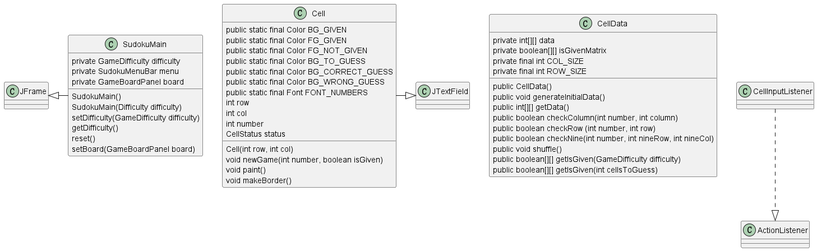
This is src/Sudoku.png from MelodicTechno/Sudoku, a PlantUML export, as it was before one commit. Its diagram source:
```plantuml
@startuml


JFrame <|- SudokuMain

class SudokuMain {
private GameDifficulty difficulty
private SudokuMenuBar menu
private GameBoardPanel board
SudokuMain()
SudokuMain(Difficulty difficulty)
setDifficulty(GameDifficulty difficulty)
getDifficulty()
reset()
setBoard(GameBoardPanel board)
}
Cell -|> JTextField

class Cell {
public static final Color BG_GIVEN
public static final Color FG_GIVEN
public static final Color FG_NOT_GIVEN
public static final Color BG_TO_GUESS
public static final Color BG_CORRECT_GUESS
public static final Color BG_WRONG_GUESS
public static final Font FONT_NUMBERS
int row
int col
int number
CellStatus status
Cell(int row, int col)
void newGame(int number, boolean isGiven)
void paint()
void makeBorder()
}
class CellData {
private int[][] data
private boolean[][] isGivenMatrix
private final int COL_SIZE
private final int ROW_SIZE
public CellData()
public void generateInitialData()
public int[][] getData()
public boolean checkColumn(int number, int column)
public boolean checkRow (int number, int row)
public boolean checkNine(int number, int nineRow, int nineCol)
public void shuffle()
public boolean[][] getIsGiven(GameDifficulty difficulty)
public boolean[][] getIsGiven(int cellsToGuess)
}

CellInputListener ..|> ActionListener

class CellInputListener {

}
@enduml
```
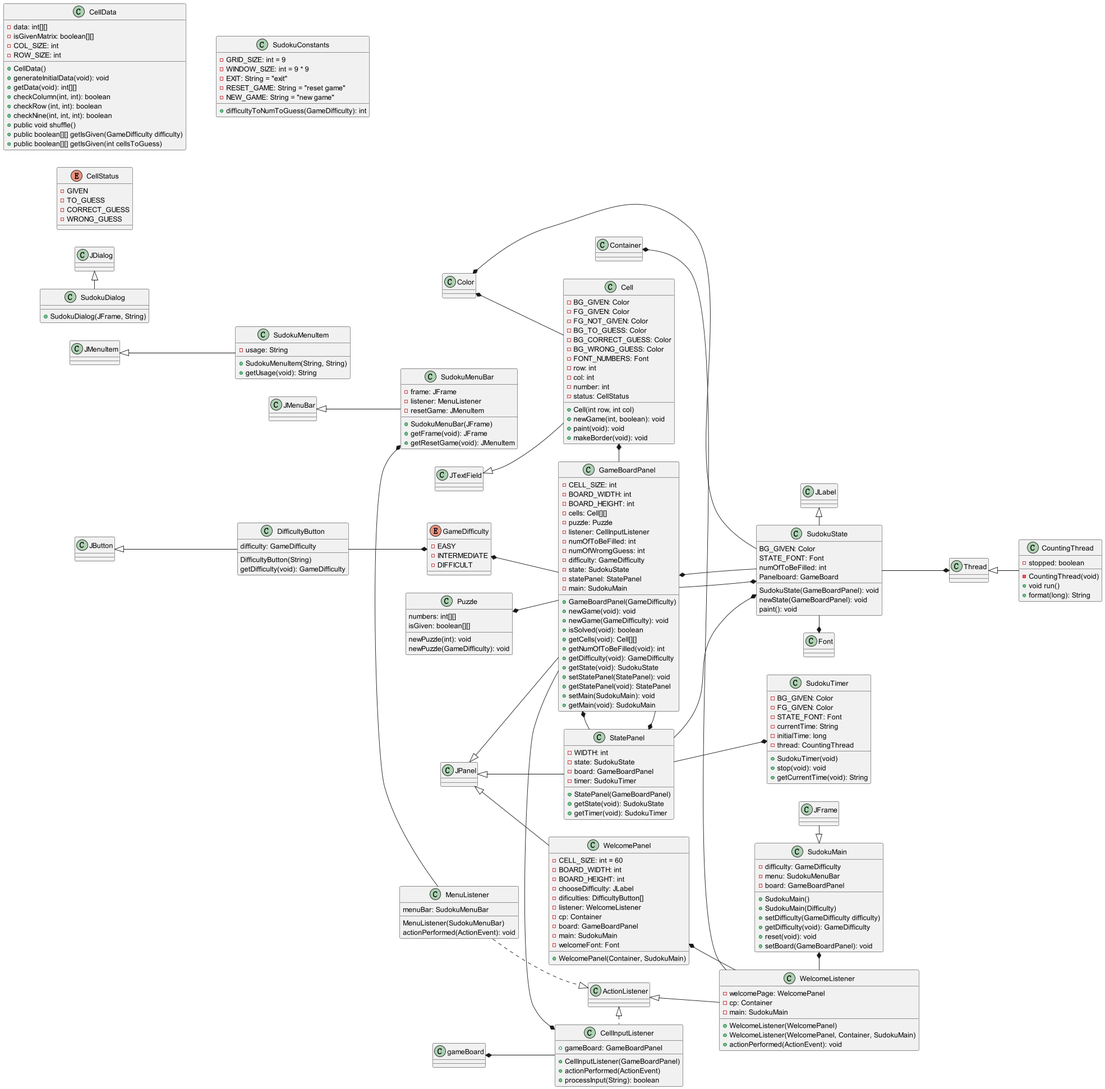
Later version of the same file.

Commit message:
完成uml图的绘制

Diff of the diagram source:
```diff
@@ -1,57 +1,256 @@
 @startuml
+left to right direction
 
-
-JFrame <|- SudokuMain
+JFrame -r-|> SudokuMain
 
 class SudokuMain {
-private GameDifficulty difficulty
-private SudokuMenuBar menu
-private GameBoardPanel board
-SudokuMain()
-SudokuMain(Difficulty difficulty)
-setDifficulty(GameDifficulty difficulty)
-getDifficulty()
-reset()
-setBoard(GameBoardPanel board)
+- difficulty: GameDifficulty
+- menu: SudokuMenuBar
+- board: GameBoardPanel
++ SudokuMain()
++ SudokuMain(Difficulty)
++ setDifficulty(GameDifficulty difficulty)
++ getDifficulty(void): GameDifficulty
++ reset(void): void
++ setBoard(GameBoardPanel): void
 }
-Cell -|> JTextField
+
+Cell -u-|> JTextField
+Cell -u-* Color
 
 class Cell {
-public static final Color BG_GIVEN
-public static final Color FG_GIVEN
-public static final Color FG_NOT_GIVEN
-public static final Color BG_TO_GUESS
-public static final Color BG_CORRECT_GUESS
-public static final Color BG_WRONG_GUESS
-public static final Font FONT_NUMBERS
-int row
-int col
-int number
-CellStatus status
-Cell(int row, int col)
-void newGame(int number, boolean isGiven)
-void paint()
-void makeBorder()
-}
-class CellData {
-private int[][] data
-private boolean[][] isGivenMatrix
-private final int COL_SIZE
-private final int ROW_SIZE
-public CellData()
-public void generateInitialData()
-public int[][] getData()
-public boolean checkColumn(int number, int column)
-public boolean checkRow (int number, int row)
-public boolean checkNine(int number, int nineRow, int nineCol)
-public void shuffle()
-public boolean[][] getIsGiven(GameDifficulty difficulty)
-public boolean[][] getIsGiven(int cellsToGuess)
+- BG_GIVEN: Color
+- FG_GIVEN: Color
+- FG_NOT_GIVEN: Color
+- BG_TO_GUESS: Color
+- BG_CORRECT_GUESS: Color
+- BG_WRONG_GUESS: Color
+- FONT_NUMBERS: Font
+- row: int
+- col: int
+- number: int
+- status: CellStatus
++ Cell(int row, int col)
++ newGame(int, boolean): void
++ paint(void): void
++ makeBorder(void): void
 }
 
-CellInputListener ..|> ActionListener
+class CellData {
+- data: int[][]
+- isGivenMatrix: boolean[][]
+- COL_SIZE: int
+- ROW_SIZE: int
++ CellData()
++ generateInitialData(void): void
++ getData(void): int[][]
++ checkColumn(int, int): boolean
++ checkRow (int, int): boolean
++ checkNine(int, int, int): boolean
++ public void shuffle()
++ public boolean[][] getIsGiven(GameDifficulty difficulty)
++ public boolean[][] getIsGiven(int cellsToGuess)
+}
+
+CellInputListener .l.|> ActionListener
+
+CellInputListener -u-* gameBoard
 
 class CellInputListener {
++ gameBoard: GameBoardPanel
++ CellInputListener(GameBoardPanel)
++ actionPerformed(ActionEvent)
++ processInput(String): boolean
+}
 
+enum CellStatus {
+- GIVEN
+- TO_GUESS
+- CORRECT_GUESS
+- WRONG_GUESS
 }
+
+DifficultyButton -u-|> JButton
+
+DifficultyButton -d-* GameDifficulty
+
+class DifficultyButton {
+difficulty: GameDifficulty
+DifficultyButton(String)
+getDifficulty(void): GameDifficulty
+}
+
+GameBoardPanel -u-|> JPanel
+GameBoardPanel -l-* Cell
+GameBoardPanel -u-* Puzzle
+GameBoardPanel -r-* CellInputListener
+GameBoardPanel -u-* GameDifficulty
+GameBoardPanel -d-* SudokuState
+GameBoardPanel -l-* StatePanel
+
+class GameBoardPanel {
+- CELL_SIZE: int
+- BOARD_WIDTH: int
+- BOARD_HEIGHT: int
+- cells: Cell[][]
+- puzzle: Puzzle
+- listener: CellInputListener
+- numOfToBeFilled: int
+- numOfWromgGuess: int
+- difficulty: GameDifficulty
+- state: SudokuState
+- statePanel: StatePanel
+- main: SudokuMain
++ GameBoardPanel(GameDifficulty)
++ newGame(void): void
++ newGame(GameDifficulty): void
++ isSolved(void): boolean
++ getCells(void): Cell[][]
++ getNumOfToBeFilled(void): int
++ getDifficulty(void): GameDifficulty
++ getState(void): SudokuState
++ setStatePanel(StatePanel): void
++ getStatePanel(void): StatePanel
++ setMain(SudokuMain): void
++ getMain(void): SudokuMain
+}
+
+enum GameDifficulty {
+- EASY
+- INTERMEDIATE
+- DIFFICULT
+}
+
+MenuListener ..|> ActionListener
+MenuListener -* SudokuMenuBar
+
+class MenuListener {
+menuBar: SudokuMenuBar
+MenuListener(SudokuMenuBar)
+actionPerformed(ActionEvent): void
+}
+
+class Puzzle {
+numbers: int[][]
+isGiven: boolean[][]
+newPuzzle(int): void
+newPuzzle(GameDifficulty): void
+}
+
+StatePanel -d-|> JPanel
+StatePanel -d-* SudokuState
+StatePanel -u-* GameBoardPanel
+StatePanel -d-* SudokuTimer
+
+class StatePanel {
+- WIDTH: int
+- state: SudokuState
+- board: GameBoardPanel
+- timer: SudokuTimer
++ StatePanel(GameBoardPanel)
++ getState(void): SudokuState
++ getTimer(void): SudokuTimer
+}
+
+class SudokuConstants {
+- GRID_SIZE: int = 9
+- WINDOW_SIZE: int = 9 * 9
+- EXIT: String = "exit"
+- RESET_GAME: String = "reset game"
+- NEW_GAME: String = "new game"
++ difficultyToNumToGuess(GameDifficulty): int
+}
+
+SudokuDialog -l-|> JDialog
+class SudokuDialog {
++ SudokuDialog(JFrame, String)
+}
+
+SudokuMenuBar -u-|> JMenuBar
+
+class SudokuMenuBar {
+- frame: JFrame
+- listener: MenuListener
+- resetGame: JMenuItem
++ SudokuMenuBar(JFrame)
++ getFrame(void): JFrame
++ getResetGame(void): JMenuItem
+}
+
+SudokuMenuItem -u-|> JMenuItem
+
+class SudokuMenuItem {
+- usage: String
++ SudokuMenuItem(String, String)
++ getUsage(void): String
+}
+
+SudokuState -u-* GameBoardPanel
+
+class SudokuState {
+BG_GIVEN: Color
+STATE_FONT: Font
+numOfToBeFilled: int
+Panelboard: GameBoard
+SudokuState(GameBoardPanel): void
+newState(GameBoardPanel): void
+paint(): void
+}
+
+SudokuState -l-|> JLabel
+SudokuState -u-* Color
+SudokuState -r-* Font
+SudokuState -d-* Thread
+
+class SudokuTimer {
+- BG_GIVEN: Color
+- FG_GIVEN: Color
+- STATE_FONT: Font
+- currentTime: String
+- initialTime: long
+- thread: CountingThread
++ SudokuTimer(void)
++ stop(void): void
++ getCurrentTime(void): String
+}
+
+CountingThread -u-|> Thread
+
+class CountingThread {
+- stopped: boolean
+- CountingThread(void)
++ void run()
++ format(long): String
+}
+
+WelcomeListener -u-|> ActionListener
+WelcomeListener -u-* WelcomePanel
+WelcomeListener -u-* Container
+WelcomeListener -l-* SudokuMain
+
+class WelcomeListener {
+- welcomePage: WelcomePanel
+- cp: Container
+- main: SudokuMain
++ WelcomeListener(WelcomePanel)
++ WelcomeListener(WelcomePanel, Container, SudokuMain)
++ actionPerformed(ActionEvent): void
+}
+
+WelcomePanel -u-|> JPanel
+
+class WelcomePanel {
+- CELL_SIZE: int = 60
+- BOARD_WIDTH: int
+- BOARD_HEIGHT: int
+- chooseDifficulty: JLabel
+- dificulties: DifficultyButton[]
+- listener: WelcomeListener
+- cp: Container
+- board: GameBoardPanel
+- main: SudokuMain
+- welcomeFont: Font
++ WelcomePanel(Container, SudokuMain)
+}
+
 @enduml
```
